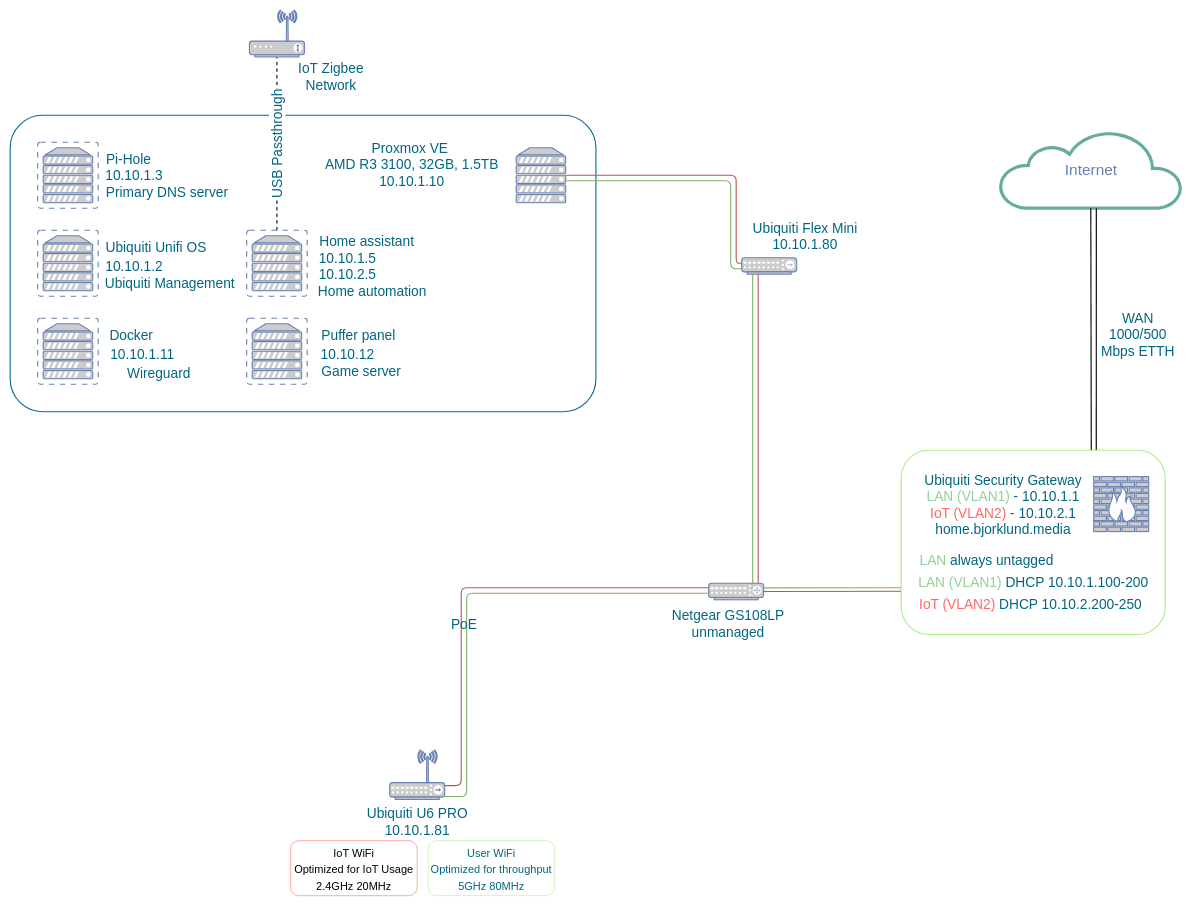
The draw.io diagram Drawio/network.drawio in Vili-B/HomeLab, before the edit. Source tidied: cells renumbered, new cells numbered last; positions are measured from the earlier drawing's top-left corner, leaving out a move shared by most shapes. Both pictures are drawn from the tidied source at 55%, with x=0, y=0 at pixel (10, 10).
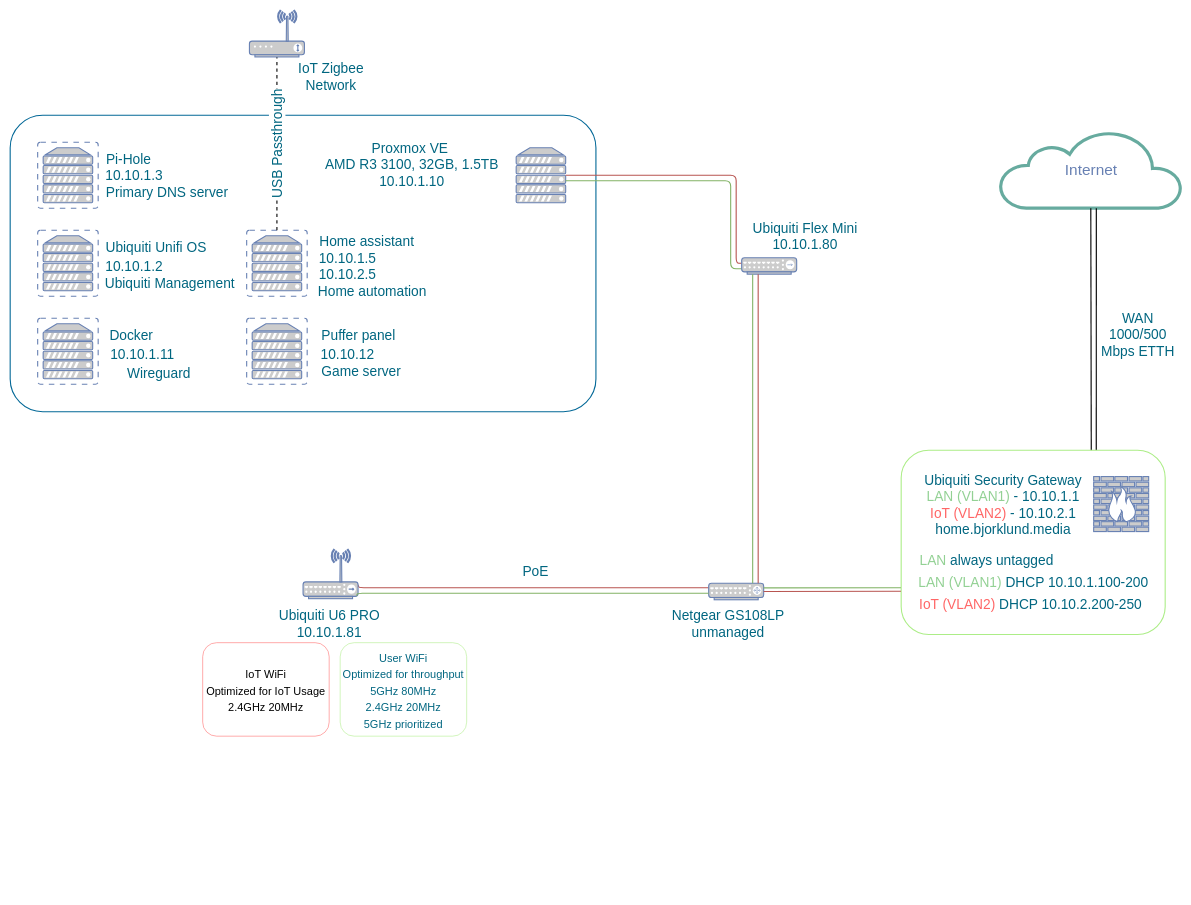
The same diagram, later.

The change refers to these unchanged cells:
```xml
<mxCell id="4" style="fontColor=#0066CC;verticalAlign=top;verticalLabelPosition=bottom;labelPosition=center;align=center;html=1;fillColor=#CCCCCC;strokeColor=#6881B3;gradientColor=none;gradientDirection=north;strokeWidth=2;shape=mxgraph.networks.router;rounded=0;shadow=0;comic=0;" parent="1" vertex="1">
  <mxGeometry x="1270" y="1042" width="100" height="30" as="geometry" />
</mxCell>
```

Diff of the diagram source:
```diff
@@
     <mxCell id="3" style="edgeStyle=orthogonalEdgeStyle;html=1;labelBackgroundColor=none;endArrow=none;endFill=0;strokeWidth=2;fontFamily=Verdana;fontSize=15;fontColor=#036897;fillColor=#f8cecc;strokeColor=#b85450;exitX=1.004;exitY=0.721;exitDx=0;exitDy=0;exitPerimeter=0;" parent="1" edge="1" source="5" target="4">
       <mxGeometry relative="1" as="geometry">
         <Array as="points">
-          <mxPoint x="820" y="1410" />
-          <mxPoint x="820" y="1050" />
+          <mxPoint x="633" y="1050" />
         </Array>
       </mxGeometry>
     </mxCell>
@@
     <mxCell id="5" style="fontColor=#0066CC;verticalAlign=top;verticalLabelPosition=bottom;labelPosition=center;align=center;html=1;fillColor=#CCCCCC;strokeColor=#6881B3;gradientColor=none;gradientDirection=north;strokeWidth=2;shape=mxgraph.networks.wireless_hub;rounded=0;shadow=0;comic=0;" parent="1" vertex="1">
-      <mxGeometry x="690" y="1345" width="100" height="90" as="geometry" />
+      <mxGeometry x="532.5" y="980" width="100" height="90" as="geometry" />
     </mxCell>
@@
     <mxCell id="10" style="edgeStyle=orthogonalEdgeStyle;html=1;labelBackgroundColor=none;endArrow=none;endFill=0;strokeWidth=2;fontFamily=Verdana;fontSize=15;fontColor=#036897;fillColor=#d5e8d4;strokeColor=#82b366;startArrow=none;exitX=0.98;exitY=0.94;exitDx=0;exitDy=0;exitPerimeter=0;" parent="1" edge="1" source="5">
       <mxGeometry relative="1" as="geometry">
         <mxPoint x="1270" y="1060" as="targetPoint" />
         <Array as="points">
-          <mxPoint x="830" y="1430" />
-          <mxPoint x="830" y="1060" />
+          <mxPoint x="631" y="1060" />
         </Array>
       </mxGeometry>
     </mxCell>
@@
     <mxCell id="23" value="&lt;font color=&quot;#006680&quot;&gt;Ubiquiti U6 PRO&lt;br&gt;10.10.1.81&lt;br&gt;&lt;/font&gt;" style="text;html=1;align=center;verticalAlign=middle;strokeColor=none;fillColor=none;fontSize=25;fontColor=#93D194;" parent="1" vertex="1">
-      <mxGeometry x="635" y="1440" width="210" height="70" as="geometry" />
+      <mxGeometry x="475" y="1080" width="210" height="70" as="geometry" />
     </mxCell>
@@
     <mxCell id="28" value="PoE" style="text;html=1;align=center;verticalAlign=middle;strokeColor=none;fillColor=none;fontSize=25;fontColor=#006680;" parent="1" vertex="1">
-      <mxGeometry x="790" y="1095" width="70" height="40" as="geometry" />
+      <mxGeometry x="920" y="1000" width="70" height="40" as="geometry" />
     </mxCell>
     <mxCell id="29" value="&lt;font style=&quot;font-size: 20px;&quot;&gt;IoT WiFi&lt;br&gt;Optimized for IoT Usage&lt;br&gt;2.4GHz 20MHz&lt;br&gt;&lt;/font&gt;" style="rounded=1;whiteSpace=wrap;html=1;fontSize=25;strokeColor=#FF6666;" parent="1" vertex="1">
-      <mxGeometry x="510" y="1510" width="230" height="100" as="geometry" />
+      <mxGeometry x="350" y="1150" width="230" height="170" as="geometry" />
     </mxCell>
-    <mxCell id="30" value="&lt;font style=&quot;font-size: 20px;&quot;&gt;User WiFi&lt;br&gt;Optimized for throughput&lt;br&gt;5GHz 80MHz&lt;/font&gt;" style="rounded=1;whiteSpace=wrap;html=1;strokeColor=#ACED87;fontSize=25;fontColor=#006680;" parent="1" vertex="1">
-      <mxGeometry x="760" y="1510" width="230" height="100" as="geometry" />
+    <mxCell id="30" value="&lt;font style=&quot;font-size: 20px;&quot;&gt;User WiFi&lt;br&gt;Optimized for throughput&lt;br&gt;5GHz 80MHz&lt;br&gt;2.4GHz 20MHz&lt;br&gt;5GHz prioritized&lt;br&gt;&lt;/font&gt;" style="rounded=1;whiteSpace=wrap;html=1;strokeColor=#ACED87;fontSize=25;fontColor=#006680;" parent="1" vertex="1">
+      <mxGeometry x="600" y="1150" width="230" height="170" as="geometry" />
     </mxCell>
```
